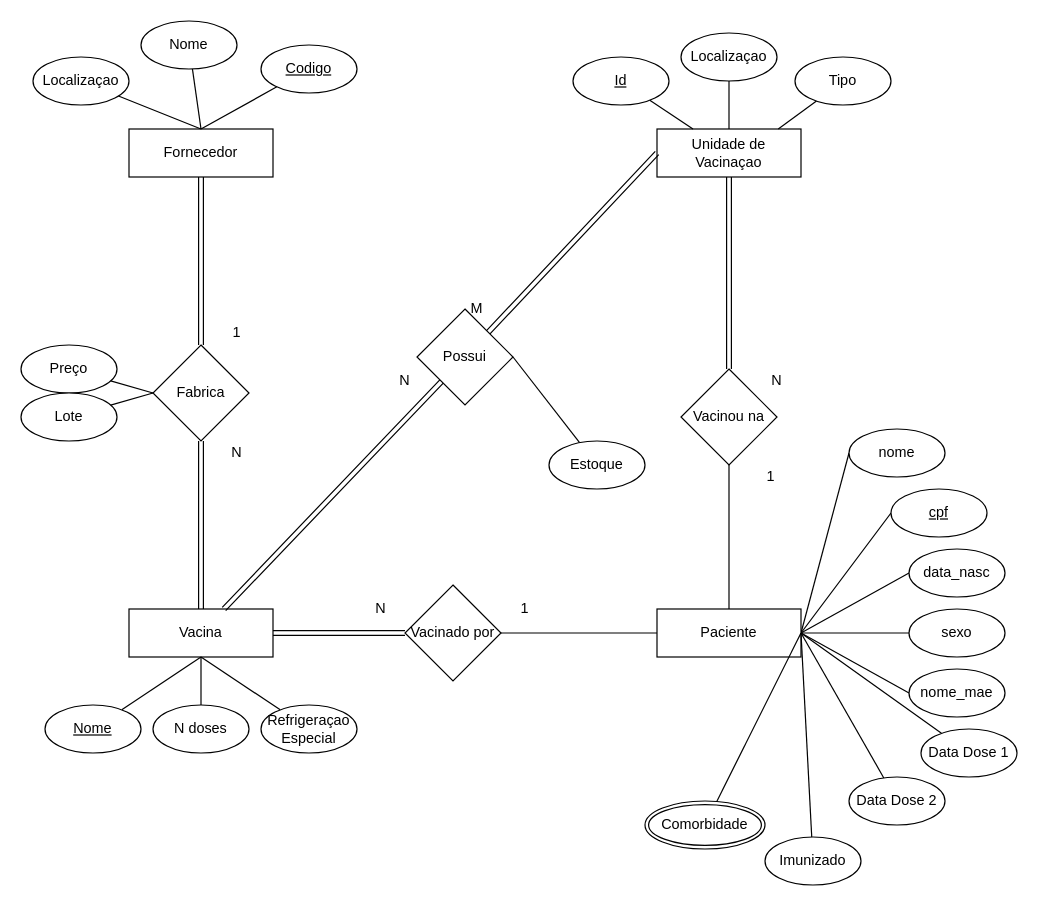
This is modelo-er.drawio from cljosegfer/ibd-tp2-20202, a draw.io file, before an edit. Source tidied: cells renumbered, new cells numbered last; positions are measured from the earlier drawing's top-left corner, leaving out a move shared by most shapes. Both pictures are drawn from the tidied source at 120%, with x=0, y=0 at pixel (20, 20).
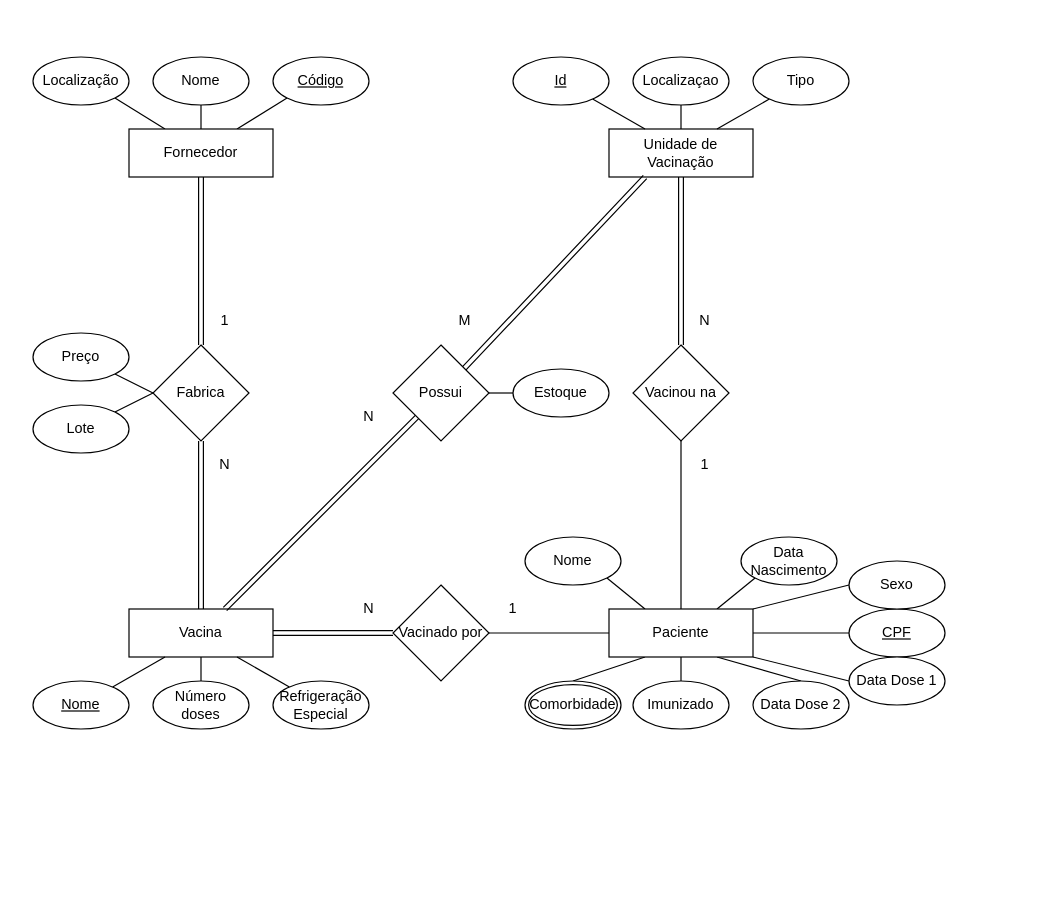
After the change.

Commit message:
update capricho no modelo er

The change refers to these unchanged cells:
```xml
<mxCell id="15" value="Vacina" style="rounded=0;whiteSpace=wrap;html=1;" parent="1" vertex="1">
  <mxGeometry x="90" y="490" width="120" height="40" as="geometry" />
</mxCell>
<mxCell id="17" value="&lt;div&gt;Fornecedor&lt;/div&gt;" style="rounded=0;whiteSpace=wrap;html=1;" parent="1" vertex="1">
  <mxGeometry x="90" y="90" width="120" height="40" as="geometry" />
</mxCell>
```

The edit, as a diff of the source:
```diff
@@
-    <mxCell id="2" style="edgeStyle=none;jettySize=auto;html=1;exitX=1;exitY=0.5;exitDx=0;exitDy=0;entryX=0;entryY=0.5;entryDx=0;entryDy=0;endArrow=none;endFill=0;" parent="1" edge="1" source="8" target="9">
-      <mxGeometry relative="1" as="geometry" />
-    </mxCell>
-    <mxCell id="3" style="edgeStyle=none;jettySize=auto;html=1;exitX=1;exitY=0.5;exitDx=0;exitDy=0;entryX=0;entryY=0.5;entryDx=0;entryDy=0;endArrow=none;endFill=0;" parent="1" edge="1" source="8" target="10">
-      <mxGeometry relative="1" as="geometry" />
-    </mxCell>
-    <mxCell id="4" style="edgeStyle=none;jettySize=auto;html=1;exitX=1;exitY=0.5;exitDx=0;exitDy=0;entryX=0;entryY=0.5;entryDx=0;entryDy=0;endArrow=none;endFill=0;" parent="1" edge="1" source="8" target="11">
-      <mxGeometry relative="1" as="geometry" />
-    </mxCell>
-    <mxCell id="5" style="edgeStyle=none;jettySize=auto;html=1;exitX=1;exitY=0.5;exitDx=0;exitDy=0;entryX=0;entryY=0.5;entryDx=0;entryDy=0;endArrow=none;endFill=0;" parent="1" edge="1" source="8" target="12">
-      <mxGeometry relative="1" as="geometry" />
-    </mxCell>
-    <mxCell id="6" style="edgeStyle=none;jettySize=auto;html=1;exitX=1;exitY=0.5;exitDx=0;exitDy=0;entryX=0;entryY=0.5;entryDx=0;entryDy=0;endArrow=none;endFill=0;" parent="1" edge="1" source="8" target="13">
-      <mxGeometry relative="1" as="geometry" />
+    <mxCell id="6" style="edgeStyle=none;jettySize=auto;html=1;exitX=1;exitY=0.5;exitDx=0;exitDy=0;entryX=0;entryY=0.5;entryDx=0;entryDy=0;endArrow=none;endFill=0;" parent="1" edge="1" source="8">
+      <mxGeometry relative="1" as="geometry">
+        <mxPoint x="690" y="510" as="targetPoint" />
+      </mxGeometry>
     </mxCell>
@@
+    <mxCell id="70" style="edgeStyle=none;rounded=0;jettySize=auto;html=1;exitX=0.5;exitY=1;exitDx=0;exitDy=0;entryX=0.5;entryY=0;entryDx=0;entryDy=0;endArrow=none;endFill=0;" parent="1" edge="1" source="8" target="69">
+      <mxGeometry relative="1" as="geometry" />
+    </mxCell>
+    <mxCell id="71" style="edgeStyle=none;rounded=0;jettySize=auto;html=1;exitX=0.25;exitY=1;exitDx=0;exitDy=0;entryX=0.5;entryY=0;entryDx=0;entryDy=0;endArrow=none;endFill=0;" parent="1" edge="1" source="8" target="67">
+      <mxGeometry relative="1" as="geometry" />
+    </mxCell>
+    <mxCell id="72" style="edgeStyle=none;rounded=0;jettySize=auto;html=1;exitX=0.75;exitY=1;exitDx=0;exitDy=0;entryX=0.5;entryY=0;entryDx=0;entryDy=0;endArrow=none;endFill=0;" parent="1" edge="1" source="8" target="54">
+      <mxGeometry relative="1" as="geometry" />
+    </mxCell>
+    <mxCell id="5" style="edgeStyle=none;rounded=0;jettySize=auto;html=1;exitX=1;exitY=0;exitDx=0;exitDy=0;entryX=0;entryY=0.5;entryDx=0;entryDy=0;endArrow=none;endFill=0;" parent="1" edge="1" source="8" target="12">
+      <mxGeometry relative="1" as="geometry" />
+    </mxCell>
+    <mxCell id="4" style="edgeStyle=none;rounded=0;jettySize=auto;html=1;exitX=0.75;exitY=0;exitDx=0;exitDy=0;entryX=0;entryY=1;entryDx=0;entryDy=0;endArrow=none;endFill=0;" parent="1" edge="1" source="8" target="11">
+      <mxGeometry relative="1" as="geometry" />
+    </mxCell>
+    <mxCell id="2" style="edgeStyle=none;rounded=0;jettySize=auto;html=1;exitX=0.25;exitY=0;exitDx=0;exitDy=0;entryX=1;entryY=1;entryDx=0;entryDy=0;endArrow=none;endFill=0;" parent="1" edge="1" source="8" target="9">
+      <mxGeometry relative="1" as="geometry" />
+    </mxCell>
     <mxCell id="8" value="Paciente" style="whiteSpace=wrap;html=1;" parent="1" vertex="1">
-      <mxGeometry x="530" y="490" width="120" height="40" as="geometry" />
+      <mxGeometry x="490" y="490" width="120" height="40" as="geometry" />
     </mxCell>
-    <mxCell id="9" value="nome" style="ellipse;whiteSpace=wrap;html=1;" parent="1" vertex="1">
-      <mxGeometry x="690" y="340" width="80" height="40" as="geometry" />
+    <mxCell id="9" value="Nome" style="ellipse;whiteSpace=wrap;html=1;" parent="1" vertex="1">
+      <mxGeometry x="420" y="430" width="80" height="40" as="geometry" />
     </mxCell>
-    <mxCell id="10" value="&lt;u&gt;cpf&lt;/u&gt;" style="ellipse;whiteSpace=wrap;html=1;" parent="1" vertex="1">
-      <mxGeometry x="725" y="390" width="80" height="40" as="geometry" />
+    <mxCell id="10" value="&lt;u&gt;CPF&lt;/u&gt;" style="ellipse;whiteSpace=wrap;html=1;" parent="1" vertex="1">
+      <mxGeometry x="690" y="490" width="80" height="40" as="geometry" />
     </mxCell>
-    <mxCell id="11" value="&lt;div&gt;data_nasc&lt;/div&gt;" style="ellipse;whiteSpace=wrap;html=1;" parent="1" vertex="1">
-      <mxGeometry x="740" y="440" width="80" height="40" as="geometry" />
+    <mxCell id="11" value="Data Nascimento" style="ellipse;whiteSpace=wrap;html=1;" parent="1" vertex="1">
+      <mxGeometry x="600" y="430" width="80" height="40" as="geometry" />
     </mxCell>
-    <mxCell id="12" value="sexo" style="ellipse;whiteSpace=wrap;html=1;" parent="1" vertex="1">
-      <mxGeometry x="740" y="490" width="80" height="40" as="geometry" />
+    <mxCell id="12" value="Sexo" style="ellipse;whiteSpace=wrap;html=1;" parent="1" vertex="1">
+      <mxGeometry x="690" y="450" width="80" height="40" as="geometry" />
     </mxCell>
-    <mxCell id="13" value="&lt;div&gt;nome_mae&lt;/div&gt;" style="ellipse;whiteSpace=wrap;html=1;" parent="1" vertex="1">
-      <mxGeometry x="740" y="540" width="80" height="40" as="geometry" />
-    </mxCell>
@@
+    <mxCell id="73" style="edgeStyle=none;rounded=0;jettySize=auto;html=1;exitX=0.75;exitY=0;exitDx=0;exitDy=0;entryX=0;entryY=1;entryDx=0;entryDy=0;endArrow=none;endFill=0;" parent="1" edge="1" source="17" target="56">
+      <mxGeometry relative="1" as="geometry" />
+    </mxCell>
+    <mxCell id="74" style="edgeStyle=none;rounded=0;jettySize=auto;html=1;exitX=0.25;exitY=0;exitDx=0;exitDy=0;entryX=1;entryY=1;entryDx=0;entryDy=0;endArrow=none;endFill=0;" parent="1" edge="1" source="17" target="30">
+      <mxGeometry relative="1" as="geometry" />
+    </mxCell>
@@
-    <mxCell id="18" value="Unidade de Vacinaçao" style="rounded=0;whiteSpace=wrap;html=1;" parent="1" vertex="1">
-      <mxGeometry x="530" y="90" width="120" height="40" as="geometry" />
+    <mxCell id="18" value="Unidade de Vacinação" style="rounded=0;whiteSpace=wrap;html=1;" parent="1" vertex="1">
+      <mxGeometry x="490" y="90" width="120" height="40" as="geometry" />
     </mxCell>
@@
     <mxCell id="20" value="Vacinado por" style="rhombus;whiteSpace=wrap;html=1;" parent="1" vertex="1">
-      <mxGeometry x="320" y="470" width="80" height="80" as="geometry" />
+      <mxGeometry x="310" y="470" width="80" height="80" as="geometry" />
     </mxCell>
-    <mxCell id="21" style="edgeStyle=none;rounded=0;jettySize=auto;html=1;endArrow=none;endFill=0;" parent="1" edge="1" source="22">
-      <mxGeometry relative="1" as="geometry">
-        <mxPoint x="150" y="530" as="targetPoint" />
-      </mxGeometry>
+    <mxCell id="21" style="edgeStyle=none;rounded=0;jettySize=auto;html=1;endArrow=none;endFill=0;entryX=0.25;entryY=1;entryDx=0;entryDy=0;" parent="1" edge="1" source="22" target="15">
+      <mxGeometry relative="1" as="geometry" />
     </mxCell>
     <mxCell id="22" value="&lt;u&gt;Nome&lt;/u&gt;" style="ellipse;whiteSpace=wrap;html=1;" parent="1" vertex="1">
-      <mxGeometry x="20" y="570" width="80" height="40" as="geometry" />
+      <mxGeometry x="10" y="550" width="80" height="40" as="geometry" />
     </mxCell>
@@
-    <mxCell id="24" value="N doses" style="ellipse;whiteSpace=wrap;html=1;" parent="1" vertex="1">
-      <mxGeometry x="110" y="570" width="80" height="40" as="geometry" />
+    <mxCell id="24" value="Número doses" style="ellipse;whiteSpace=wrap;html=1;" parent="1" vertex="1">
+      <mxGeometry x="110" y="550" width="80" height="40" as="geometry" />
     </mxCell>
-    <mxCell id="25" style="edgeStyle=none;rounded=0;jettySize=auto;html=1;endArrow=none;endFill=0;entryX=0.5;entryY=1;entryDx=0;entryDy=0;" parent="1" edge="1" source="26" target="15">
+    <mxCell id="25" style="edgeStyle=none;rounded=0;jettySize=auto;html=1;endArrow=none;endFill=0;entryX=0.75;entryY=1;entryDx=0;entryDy=0;" parent="1" edge="1" source="26" target="15">
       <mxGeometry relative="1" as="geometry" />
     </mxCell>
-    <mxCell id="26" value="Refrigeraçao Especial" style="ellipse;whiteSpace=wrap;html=1;" parent="1" vertex="1">
-      <mxGeometry x="200" y="570" width="80" height="40" as="geometry" />
+    <mxCell id="26" value="Refrigeração Especial" style="ellipse;whiteSpace=wrap;html=1;" parent="1" vertex="1">
+      <mxGeometry x="210" y="550" width="80" height="40" as="geometry" />
     </mxCell>
@@
     <mxCell id="28" value="Nome" style="ellipse;whiteSpace=wrap;html=1;" parent="1" vertex="1">
-      <mxGeometry x="100" width="80" height="40" as="geometry" />
+      <mxGeometry x="110" y="30" width="80" height="40" as="geometry" />
     </mxCell>
-    <mxCell id="29" style="edgeStyle=none;rounded=0;jettySize=auto;html=1;entryX=0.5;entryY=0;entryDx=0;entryDy=0;endArrow=none;endFill=0;" parent="1" edge="1" source="30" target="17">
-      <mxGeometry relative="1" as="geometry" />
-    </mxCell>
-    <mxCell id="30" value="Localizaçao" style="ellipse;whiteSpace=wrap;html=1;" parent="1" vertex="1">
+    <mxCell id="30" value="Localização" style="ellipse;whiteSpace=wrap;html=1;" parent="1" vertex="1">
       <mxGeometry x="10" y="30" width="80" height="40" as="geometry" />
     </mxCell>
@@
-    <mxCell id="33" style="edgeStyle=none;rounded=0;jettySize=auto;html=1;entryX=0;entryY=0.5;entryDx=0;entryDy=0;endArrow=none;endFill=0;shape=link;" parent="1" edge="1" source="35" target="18">
+    <mxCell id="33" style="edgeStyle=none;rounded=0;jettySize=auto;html=1;entryX=0.25;entryY=1;entryDx=0;entryDy=0;endArrow=none;endFill=0;shape=link;" parent="1" edge="1" source="35" target="18">
       <mxGeometry relative="1" as="geometry" />
     </mxCell>
@@
     <mxCell id="35" value="Possui" style="rhombus;whiteSpace=wrap;html=1;" parent="1" vertex="1">
-      <mxGeometry x="330" y="240" width="80" height="80" as="geometry" />
+      <mxGeometry x="310" y="270" width="80" height="80" as="geometry" />
     </mxCell>
@@
     <mxCell id="37" value="Vacinou na" style="rhombus;whiteSpace=wrap;html=1;" parent="1" vertex="1">
-      <mxGeometry x="550" y="290" width="80" height="80" as="geometry" />
+      <mxGeometry x="510" y="270" width="80" height="80" as="geometry" />
     </mxCell>
@@
     <mxCell id="39" value="Preço" style="ellipse;whiteSpace=wrap;html=1;" parent="1" vertex="1">
-      <mxGeometry y="270" width="80" height="40" as="geometry" />
+      <mxGeometry x="10" y="260" width="80" height="40" as="geometry" />
     </mxCell>
@@
     <mxCell id="41" value="Lote" style="ellipse;whiteSpace=wrap;html=1;" parent="1" vertex="1">
-      <mxGeometry y="310" width="80" height="40" as="geometry" />
+      <mxGeometry x="10" y="320" width="80" height="40" as="geometry" />
     </mxCell>
@@
     <mxCell id="44" value="Estoque" style="ellipse;whiteSpace=wrap;html=1;" parent="1" vertex="1">
-      <mxGeometry x="440" y="350" width="80" height="40" as="geometry" />
+      <mxGeometry x="410" y="290" width="80" height="40" as="geometry" />
     </mxCell>
-    <mxCell id="45" style="edgeStyle=none;rounded=0;jettySize=auto;html=1;endArrow=none;endFill=0;" parent="1" edge="1" source="46" target="18">
+    <mxCell id="45" style="edgeStyle=none;rounded=0;jettySize=auto;html=1;endArrow=none;endFill=0;entryX=0.25;entryY=0;entryDx=0;entryDy=0;" parent="1" edge="1" source="46" target="18">
       <mxGeometry relative="1" as="geometry" />
     </mxCell>
     <mxCell id="46" value="&lt;u&gt;Id&lt;/u&gt;" style="ellipse;whiteSpace=wrap;html=1;" parent="1" vertex="1">
-      <mxGeometry x="460" y="30" width="80" height="40" as="geometry" />
+      <mxGeometry x="410" y="30" width="80" height="40" as="geometry" />
     </mxCell>
-    <mxCell id="47" style="edgeStyle=none;rounded=0;jettySize=auto;html=1;endArrow=none;endFill=0;" parent="1" edge="1" source="48" target="18">
+    <mxCell id="47" style="edgeStyle=none;rounded=0;jettySize=auto;html=1;endArrow=none;endFill=0;entryX=0.5;entryY=0;entryDx=0;entryDy=0;" parent="1" edge="1" source="48" target="18">
       <mxGeometry relative="1" as="geometry" />
     </mxCell>
     <mxCell id="48" value="Localizaçao" style="ellipse;whiteSpace=wrap;html=1;" parent="1" vertex="1">
-      <mxGeometry x="550" y="10" width="80" height="40" as="geometry" />
+      <mxGeometry x="510" y="30" width="80" height="40" as="geometry" />
     </mxCell>
-    <mxCell id="49" style="edgeStyle=none;rounded=0;jettySize=auto;html=1;entryX=0.842;entryY=0;entryDx=0;entryDy=0;entryPerimeter=0;endArrow=none;endFill=0;" parent="1" edge="1" source="50" target="18">
+    <mxCell id="49" style="edgeStyle=none;rounded=0;jettySize=auto;html=1;entryX=0.75;entryY=0;entryDx=0;entryDy=0;endArrow=none;endFill=0;" parent="1" edge="1" source="50" target="18">
       <mxGeometry relative="1" as="geometry" />
     </mxCell>
     <mxCell id="50" value="Tipo" style="ellipse;whiteSpace=wrap;html=1;" parent="1" vertex="1">
-      <mxGeometry x="645" y="30" width="80" height="40" as="geometry" />
+      <mxGeometry x="610" y="30" width="80" height="40" as="geometry" />
     </mxCell>
-    <mxCell id="51" style="edgeStyle=none;rounded=0;jettySize=auto;html=1;entryX=1;entryY=0.5;entryDx=0;entryDy=0;endArrow=none;endFill=0;" parent="1" edge="1" source="52" target="8">
+    <mxCell id="51" style="edgeStyle=none;rounded=0;jettySize=auto;html=1;exitX=0;exitY=0.5;exitDx=0;exitDy=0;entryX=1;entryY=1;entryDx=0;entryDy=0;endArrow=none;endFill=0;" parent="1" edge="1" source="52" target="8">
       <mxGeometry relative="1" as="geometry" />
     </mxCell>
     <mxCell id="52" value="Data Dose 1" style="ellipse;whiteSpace=wrap;html=1;" parent="1" vertex="1">
-      <mxGeometry x="750" y="590" width="80" height="40" as="geometry" />
+      <mxGeometry x="690" y="530" width="80" height="40" as="geometry" />
     </mxCell>
-    <mxCell id="53" style="edgeStyle=none;rounded=0;jettySize=auto;html=1;entryX=1;entryY=0.5;entryDx=0;entryDy=0;endArrow=none;endFill=0;" parent="1" edge="1" source="54" target="8">
-      <mxGeometry relative="1" as="geometry" />
-    </mxCell>
     <mxCell id="54" value="&lt;div&gt;Data Dose 2&lt;/div&gt;" style="ellipse;whiteSpace=wrap;html=1;" parent="1" vertex="1">
-      <mxGeometry x="690" y="630" width="80" height="40" as="geometry" />
+      <mxGeometry x="610" y="550" width="80" height="40" as="geometry" />
     </mxCell>
-    <mxCell id="55" style="edgeStyle=none;rounded=0;jettySize=auto;html=1;entryX=0.5;entryY=0;entryDx=0;entryDy=0;endArrow=none;endFill=0;" parent="1" edge="1" source="56" target="17">
-      <mxGeometry relative="1" as="geometry" />
-    </mxCell>
-    <mxCell id="56" value="&lt;u&gt;Codigo&lt;/u&gt;" style="ellipse;whiteSpace=wrap;html=1;" parent="1" vertex="1">
-      <mxGeometry x="200" y="20" width="80" height="40" as="geometry" />
+    <mxCell id="56" value="&lt;u&gt;Código&lt;/u&gt;" style="ellipse;whiteSpace=wrap;html=1;" parent="1" vertex="1">
+      <mxGeometry x="210" y="30" width="80" height="40" as="geometry" />
     </mxCell>
     <mxCell id="57" value="1" style="text;html=1;strokeColor=none;fillColor=none;align=center;verticalAlign=middle;whiteSpace=wrap;rounded=0;" parent="1" vertex="1">
-      <mxGeometry x="160" y="250" width="40" height="20" as="geometry" />
+      <mxGeometry x="150" y="240" width="40" height="20" as="geometry" />
     </mxCell>
     <mxCell id="58" value="N" style="text;html=1;strokeColor=none;fillColor=none;align=center;verticalAlign=middle;whiteSpace=wrap;rounded=0;" parent="1" vertex="1">
-      <mxGeometry x="160" y="350" width="40" height="20" as="geometry" />
+      <mxGeometry x="150" y="360" width="40" height="20" as="geometry" />
     </mxCell>
@@
     <mxCell id="60" value="M" style="text;html=1;strokeColor=none;fillColor=none;align=center;verticalAlign=middle;whiteSpace=wrap;rounded=0;" parent="1" vertex="1">
-      <mxGeometry x="360" y="230" width="40" height="20" as="geometry" />
+      <mxGeometry x="350" y="240" width="40" height="20" as="geometry" />
     </mxCell>
     <mxCell id="61" value="N" style="text;html=1;strokeColor=none;fillColor=none;align=center;verticalAlign=middle;whiteSpace=wrap;rounded=0;" parent="1" vertex="1">
-      <mxGeometry x="280" y="480" width="40" height="20" as="geometry" />
+      <mxGeometry x="270" y="480" width="40" height="20" as="geometry" />
     </mxCell>
     <mxCell id="62" value="1" style="text;html=1;strokeColor=none;fillColor=none;align=center;verticalAlign=middle;whiteSpace=wrap;rounded=0;" parent="1" vertex="1">
-      <mxGeometry x="400" y="480" width="40" height="20" as="geometry" />
+      <mxGeometry x="390" y="480" width="40" height="20" as="geometry" />
     </mxCell>
     <mxCell id="63" value="1" style="text;html=1;strokeColor=none;fillColor=none;align=center;verticalAlign=middle;whiteSpace=wrap;rounded=0;" parent="1" vertex="1">
-      <mxGeometry x="605" y="370" width="40" height="20" as="geometry" />
+      <mxGeometry x="550" y="360" width="40" height="20" as="geometry" />
     </mxCell>
     <mxCell id="64" value="N" style="text;html=1;strokeColor=none;fillColor=none;align=center;verticalAlign=middle;whiteSpace=wrap;rounded=0;" parent="1" vertex="1">
-      <mxGeometry x="610" y="290" width="40" height="20" as="geometry" />
+      <mxGeometry x="550" y="240" width="40" height="20" as="geometry" />
     </mxCell>
     <mxCell id="65" value="N" style="text;html=1;strokeColor=none;fillColor=none;align=center;verticalAlign=middle;whiteSpace=wrap;rounded=0;" parent="1" vertex="1">
-      <mxGeometry x="300" y="290" width="40" height="20" as="geometry" />
+      <mxGeometry x="270" y="320" width="40" height="20" as="geometry" />
     </mxCell>
-    <mxCell id="66" style="edgeStyle=none;rounded=0;jettySize=auto;html=1;endArrow=none;endFill=0;" parent="1" edge="1" source="67">
-      <mxGeometry relative="1" as="geometry">
-        <mxPoint x="650" y="510" as="targetPoint" />
-      </mxGeometry>
-    </mxCell>
     <mxCell id="67" value="Comorbidade" style="ellipse;shape=doubleEllipse;margin=3;whiteSpace=wrap;html=1;align=center;strokeColor=#000000;" parent="1" vertex="1">
-      <mxGeometry x="520" y="650" width="100" height="40" as="geometry" />
+      <mxGeometry x="420" y="550" width="80" height="40" as="geometry" />
     </mxCell>
-    <mxCell id="68" style="edgeStyle=none;rounded=0;jettySize=auto;html=1;entryX=1;entryY=0.5;entryDx=0;entryDy=0;endArrow=none;endFill=0;" parent="1" edge="1" source="69" target="8">
-      <mxGeometry relative="1" as="geometry" />
-    </mxCell>
     <mxCell id="69" value="Imunizado" style="ellipse;whiteSpace=wrap;html=1;" parent="1" vertex="1">
-      <mxGeometry x="620" y="680" width="80" height="40" as="geometry" />
+      <mxGeometry x="510" y="550" width="80" height="40" as="geometry" />
     </mxCell>
```
